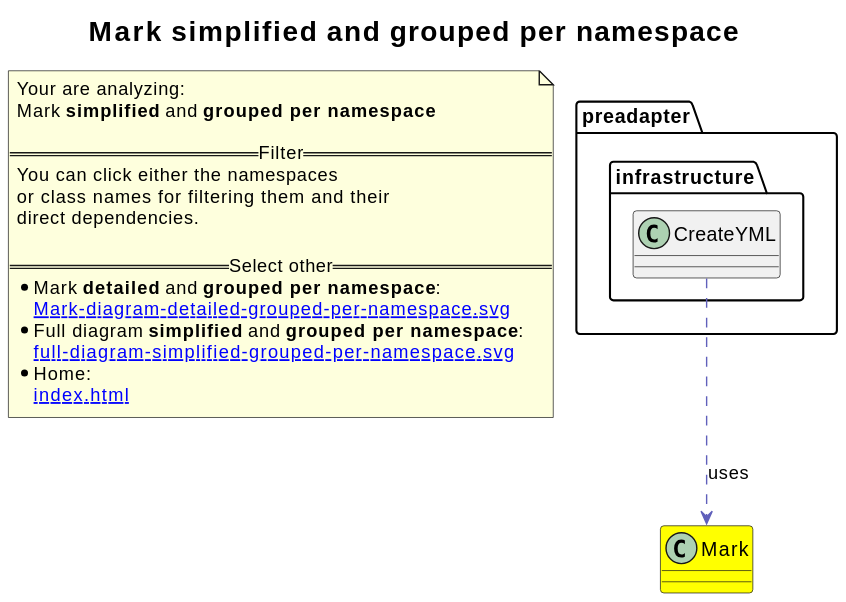
This is revenger-java-adapter.out/Mark-diagram-simplified-grouped-per-namespace.svg from 2BlackCoffees/revenger, a PlantUML export, as it was before one commit. Its diagram source:
```plantuml
@startuml
title <size:20>Mark **simplified** and **grouped per namespace**</size>
note "Your are analyzing:\nMark **simplified** and **grouped per namespace**\n\n==Filter==\nYou can click either the namespaces \nor class names for filtering them and their\ndirect dependencies.\n\n==Select other==\n* Mark **detailed** and **grouped per namespace**:\n   [[Mark-diagram-detailed-grouped-per-namespace.svg]]\n* Full diagram **simplified** and **grouped per namespace**:\n   [[full-diagram-simplified-grouped-per-namespace.svg]]\n* Home:\n   [[index.html]]" as FloatingNote
class Mark [[Mark-diagram-simplified-grouped-per-namespace.svg]] #yellow {
}
namespace preadapter [[preadapter-diagram-simplified-grouped-per-namespace.svg]] {
namespace preadapter.infrastructure [[preadapter.infrastructure-diagram-simplified-grouped-per-namespace.svg]] {
  class preadapter.infrastructure.CreateYML [[preadapter.infrastructure.CreateYML-diagram-simplified-grouped-per-namespace.svg]]  {
  }
}
}
preadapter.infrastructure.CreateYML .[#6060BB].> Mark  : uses
@enduml
```
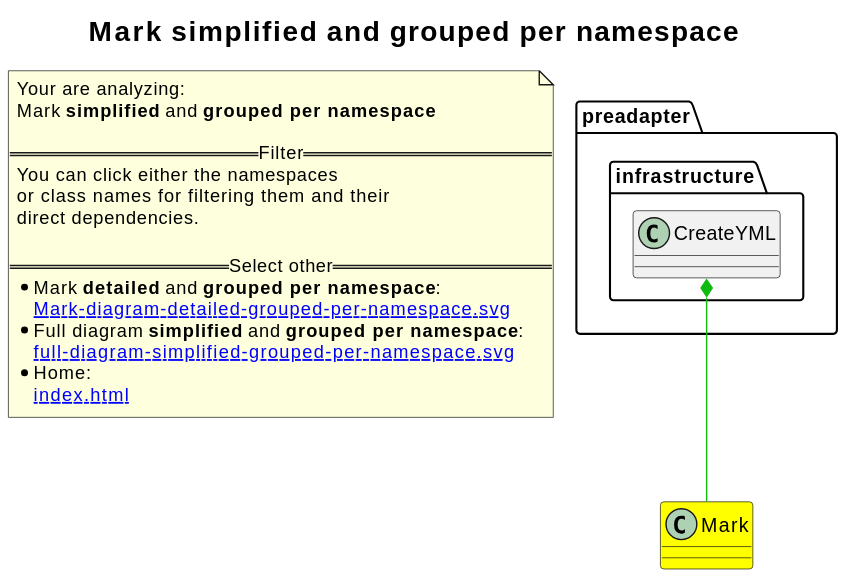
Above is the later version.

What changed in the source:
```diff
@@ -1,4 +1,5 @@
 @startuml
+skinparam linetype ortho
 title <size:20>Mark **simplified** and **grouped per namespace**</size>
 note "Your are analyzing:\nMark **simplified** and **grouped per namespace**\n\n==Filter==\nYou can click either the namespaces \nor class names for filtering them and their\ndirect dependencies.\n\n==Select other==\n* Mark **detailed** and **grouped per namespace**:\n   [[Mark-diagram-detailed-grouped-per-namespace.svg]]\n* Full diagram **simplified** and **grouped per namespace**:\n   [[full-diagram-simplified-grouped-per-namespace.svg]]\n* Home:\n   [[index.html]]" as FloatingNote
 class Mark [[Mark-diagram-simplified-grouped-per-namespace.svg]] #yellow {
@@ -9,5 +10,5 @@
   }
 }
 }
-preadapter.infrastructure.CreateYML .[#6060BB].> Mark  : uses
+preadapter.infrastructure.CreateYML *-[#10BB10]- Mark
 @enduml
```
